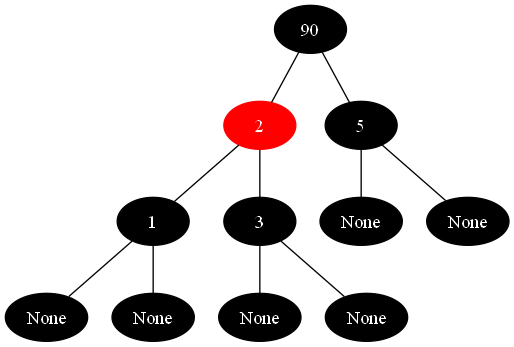
UofA522/Project2 keeps this Graphviz diagram as rbt.png. Above is the earlier version. Its source is kept beside it as rbt.dot.
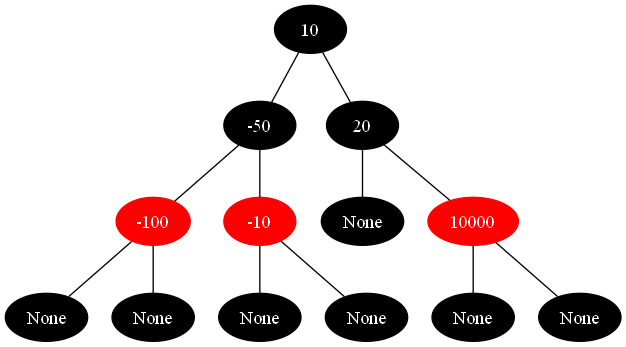
Later version of the same file.

What changed in the source:
```diff
@@ -1,15 +1,17 @@
 graph {
-	 0 [label="90", color=black, style=filled, fontcolor=white];
-	 1 [label="2", color=red, style=filled, fontcolor=white];
-	 2 [label="1", color=black, style=filled, fontcolor=white];
+	 0 [label="10", color=black, style=filled, fontcolor=white];
+	 1 [label="-50", color=black, style=filled, fontcolor=white];
+	 2 [label="-100", color=red, style=filled, fontcolor=white];
 	 3 [label="None", color=black, style=filled, fontcolor=white];
 	 4 [label="None", color=black, style=filled, fontcolor=white];
-	 5 [label="3", color=black, style=filled, fontcolor=white];
+	 5 [label="-10", color=red, style=filled, fontcolor=white];
 	 6 [label="None", color=black, style=filled, fontcolor=white];
 	 7 [label="None", color=black, style=filled, fontcolor=white];
-	 8 [label="5", color=black, style=filled, fontcolor=white];
+	 8 [label="20", color=black, style=filled, fontcolor=white];
 	 9 [label="None", color=black, style=filled, fontcolor=white];
-	 10 [label="None", color=black, style=filled, fontcolor=white];
+	 10 [label="10000", color=red, style=filled, fontcolor=white];
+	 11 [label="None", color=black, style=filled, fontcolor=white];
+	 12 [label="None", color=black, style=filled, fontcolor=white];
 	 0 -- 1;
 	 1 -- 2;
 	 2 -- 3;
@@ -20,4 +22,6 @@
 	 0 -- 8;
 	 8 -- 9;
 	 8 -- 10;
+	 10 -- 11;
+	 10 -- 12;
 }
```
